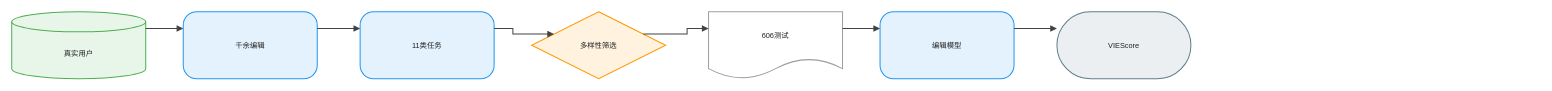
This is client/public/drawio/GEdit-Bench/GEdit-Bench.zh.drawio from joe1chief/benchmark-hub, a draw.io file, before an edit. Source tidied: cells renumbered, new cells numbered last; positions are measured from the earlier drawing's top-left corner, leaving out a move shared by most shapes. Both pictures are drawn from the tidied source at 67%, with x=0, y=0 at pixel (11, 11).
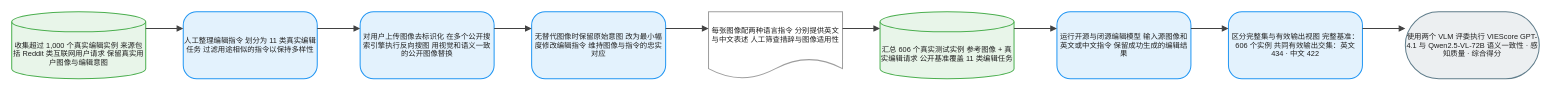
The same diagram, later.

Diff of the diagram source:
```diff
@@
 <mxGraphModel background="#FFFFFF">
   <root>
     <mxCell id="0" />
     <mxCell id="1" parent="0" />
-    <mxCell id="2" value="真实用户" style="shape=cylinder3;boundedLbl=1;backgroundOutline=1;size=15;html=1;whiteSpace=wrap;fillColor=#E8F5E9;strokeColor=#4CAF50;strokeWidth=1.5;fontColor=#212121;fontSize=11;fontFamily=Arial, Helvetica, sans-serif;verticalAlign=middle;align=center;" parent="1" vertex="1">
+    <mxCell id="2" value="收集超过 1,000 个真实编辑实例 来源包括 Reddit 类互联网用户请求 保留真实用户图像与编辑意图" style="shape=cylinder3;boundedLbl=1;backgroundOutline=1;size=15;html=1;whiteSpace=wrap;fillColor=#E8F5E9;strokeColor=#4CAF50;strokeWidth=1.5;fontColor=#212121;fontSize=11;fontFamily=Arial, Helvetica, sans-serif;verticalAlign=middle;align=center;" parent="1" vertex="1">
       <mxGeometry width="200" height="100" as="geometry" />
     </mxCell>
-    <mxCell id="3" value="千余编辑" style="rounded=1;arcSize=20;html=1;whiteSpace=wrap;fillColor=#E3F2FD;strokeColor=#2196F3;strokeWidth=1.5;fontColor=#212121;fontSize=11;fontFamily=Arial, Helvetica, sans-serif;verticalAlign=middle;align=center;" parent="1" vertex="1">
+    <mxCell id="3" value="人工整理编辑指令 划分为 11 类真实编辑任务 过滤用途相似的指令以保持多样性" style="rounded=1;arcSize=20;html=1;whiteSpace=wrap;fillColor=#E3F2FD;strokeColor=#2196F3;strokeWidth=1.5;fontColor=#212121;fontSize=11;fontFamily=Arial, Helvetica, sans-serif;verticalAlign=middle;align=center;" parent="1" vertex="1">
       <mxGeometry x="256" width="200" height="100" as="geometry" />
     </mxCell>
-    <mxCell id="4" value="11类任务" style="rounded=1;arcSize=20;html=1;whiteSpace=wrap;fillColor=#E3F2FD;strokeColor=#2196F3;strokeWidth=1.5;fontColor=#212121;fontSize=11;fontFamily=Arial, Helvetica, sans-serif;verticalAlign=middle;align=center;" parent="1" vertex="1">
+    <mxCell id="4" value="对用户上传图像去标识化 在多个公开搜索引擎执行反向搜图 用视觉和语义一致的公开图像替换" style="rounded=1;arcSize=20;html=1;whiteSpace=wrap;fillColor=#E3F2FD;strokeColor=#2196F3;strokeWidth=1.5;fontColor=#212121;fontSize=11;fontFamily=Arial, Helvetica, sans-serif;verticalAlign=middle;align=center;" parent="1" vertex="1">
       <mxGeometry x="520" width="200" height="100" as="geometry" />
     </mxCell>
-    <mxCell id="5" value="多样性筛选" style="rhombus;html=1;whiteSpace=wrap;fillColor=#FFF3E0;strokeColor=#FF9800;strokeWidth=1.5;fontColor=#212121;fontSize=11;fontFamily=Arial, Helvetica, sans-serif;verticalAlign=middle;align=center;" parent="1" vertex="1">
+    <mxCell id="5" value="无替代图像时保留原始意图 改为最小幅度修改编辑指令 维持图像与指令的忠实对应" style="rounded=1;arcSize=20;html=1;whiteSpace=wrap;fillColor=#E3F2FD;strokeColor=#2196F3;strokeWidth=1.5;fontColor=#212121;fontSize=11;fontFamily=Arial, Helvetica, sans-serif;verticalAlign=middle;align=center;" parent="1" vertex="1">
       <mxGeometry x="776" width="200" height="100" as="geometry" />
     </mxCell>
-    <mxCell id="6" value="606测试" style="shape=document;boundedLbl=1;html=1;whiteSpace=wrap;fillColor=#FFFFFF;strokeColor=#9E9E9E;strokeWidth=1.5;fontColor=#212121;fontSize=11;fontFamily=Arial, Helvetica, sans-serif;verticalAlign=middle;align=center;" parent="1" vertex="1">
+    <mxCell id="6" value="每张图像配两种语言指令 分别提供英文与中文表述 人工筛查措辞与图像适用性" style="shape=document;boundedLbl=1;html=1;whiteSpace=wrap;fillColor=#FFFFFF;strokeColor=#9E9E9E;strokeWidth=1.5;fontColor=#212121;fontSize=11;fontFamily=Arial, Helvetica, sans-serif;verticalAlign=middle;align=center;" parent="1" vertex="1">
       <mxGeometry x="1040" width="200" height="100" as="geometry" />
     </mxCell>
-    <mxCell id="7" value="编辑模型" style="rounded=1;arcSize=20;html=1;whiteSpace=wrap;fillColor=#E3F2FD;strokeColor=#2196F3;strokeWidth=1.5;fontColor=#212121;fontSize=11;fontFamily=Arial, Helvetica, sans-serif;verticalAlign=middle;align=center;" parent="1" vertex="1">
+    <mxCell id="7" value="汇总 606 个真实测试实例 参考图像 + 真实编辑请求 公开基准覆盖 11 类编辑任务" style="shape=cylinder3;boundedLbl=1;backgroundOutline=1;size=15;html=1;whiteSpace=wrap;fillColor=#E8F5E9;strokeColor=#4CAF50;strokeWidth=1.5;fontColor=#212121;fontSize=11;fontFamily=Arial, Helvetica, sans-serif;verticalAlign=middle;align=center;" parent="1" vertex="1">
       <mxGeometry x="1296" width="200" height="100" as="geometry" />
     </mxCell>
-    <mxCell id="8" value="VIEScore" style="rounded=1;arcSize=50;html=1;whiteSpace=wrap;fillColor=#ECEFF1;strokeColor=#607D8B;strokeWidth=1.5;fontColor=#212121;fontSize=11;fontFamily=Arial, Helvetica, sans-serif;verticalAlign=middle;align=center;" parent="1" vertex="1">
+    <mxCell id="8" value="运行开源与闭源编辑模型 输入源图像和英文或中文指令 保留成功生成的编辑结果" style="rounded=1;arcSize=20;html=1;whiteSpace=wrap;fillColor=#E3F2FD;strokeColor=#2196F3;strokeWidth=1.5;fontColor=#212121;fontSize=11;fontFamily=Arial, Helvetica, sans-serif;verticalAlign=middle;align=center;" parent="1" vertex="1">
       <mxGeometry x="1560" width="200" height="100" as="geometry" />
     </mxCell>
-    <mxCell id="9" style="edgeStyle=orthogonalEdgeStyle;rounded=0;jettySize=auto;html=1;strokeColor=#424242;strokeWidth=1.5;endArrow=block;endFill=1;exitX=1;exitY=0.25;exitDx=0;exitDy=0;entryX=0;entryY=0.25;entryDx=0;entryDy=0;jumpStyle=arc;jumpSize=8;" parent="1" edge="1" source="2" target="3">
-      <mxGeometry relative="1" as="geometry" />
+    <mxCell id="9" value="区分完整集与有效输出视图 完整基准：606 个实例 共同有效输出交集：英文 434 · 中文 422" style="rounded=1;arcSize=20;html=1;whiteSpace=wrap;fillColor=#E3F2FD;strokeColor=#2196F3;strokeWidth=1.5;fontColor=#212121;fontSize=11;fontFamily=Arial, Helvetica, sans-serif;verticalAlign=middle;align=center;" parent="1" vertex="1">
+      <mxGeometry x="1816" width="200" height="100" as="geometry" />
     </mxCell>
-    <mxCell id="10" style="edgeStyle=orthogonalEdgeStyle;rounded=0;jettySize=auto;html=1;strokeColor=#424242;strokeWidth=1.5;endArrow=block;endFill=1;exitX=1;exitY=0.25;exitDx=0;exitDy=0;entryX=0;entryY=0.25;entryDx=0;entryDy=0;jumpStyle=arc;jumpSize=8;" parent="1" edge="1" source="3" target="4">
-      <mxGeometry relative="1" as="geometry" />
+    <mxCell id="10" value="使用两个 VLM 评委执行 VIEScore GPT-4.1 与 Qwen2.5-VL-72B 语义一致性 · 感知质量 · 综合得分" style="rounded=1;arcSize=50;html=1;whiteSpace=wrap;fillColor=#ECEFF1;strokeColor=#607D8B;strokeWidth=1.5;fontColor=#212121;fontSize=11;fontFamily=Arial, Helvetica, sans-serif;verticalAlign=middle;align=center;" parent="1" vertex="1">
+      <mxGeometry x="2080" width="200" height="100" as="geometry" />
     </mxCell>
-    <mxCell id="11" style="edgeStyle=orthogonalEdgeStyle;rounded=0;jettySize=auto;html=1;strokeColor=#424242;strokeWidth=1.5;endArrow=block;endFill=1;exitX=1;exitY=0.25;exitDx=0;exitDy=0;entryX=0;entryY=0.25;entryDx=0;entryDy=0;jumpStyle=arc;jumpSize=8;" parent="1" edge="1" source="4" target="5">
+    <mxCell id="11" style="edgeStyle=orthogonalEdgeStyle;rounded=0;jettySize=auto;html=1;strokeColor=#424242;strokeWidth=1.5;endArrow=block;endFill=1;exitX=1;exitY=0.25;exitDx=0;exitDy=0;entryX=0;entryY=0.25;entryDx=0;entryDy=0;jumpStyle=arc;jumpSize=8;" parent="1" edge="1" source="2" target="3">
       <mxGeometry relative="1" as="geometry" />
     </mxCell>
-    <mxCell id="12" style="edgeStyle=orthogonalEdgeStyle;rounded=0;jettySize=auto;html=1;strokeColor=#424242;strokeWidth=1.5;endArrow=block;endFill=1;exitX=1;exitY=0.25;exitDx=0;exitDy=0;entryX=0;entryY=0.25;entryDx=0;entryDy=0;jumpStyle=arc;jumpSize=8;" parent="1" edge="1" source="5" target="6">
+    <mxCell id="12" style="edgeStyle=orthogonalEdgeStyle;rounded=0;jettySize=auto;html=1;strokeColor=#424242;strokeWidth=1.5;endArrow=block;endFill=1;exitX=1;exitY=0.25;exitDx=0;exitDy=0;entryX=0;entryY=0.25;entryDx=0;entryDy=0;jumpStyle=arc;jumpSize=8;" parent="1" edge="1" source="3" target="4">
       <mxGeometry relative="1" as="geometry" />
     </mxCell>
-    <mxCell id="13" style="edgeStyle=orthogonalEdgeStyle;rounded=0;jettySize=auto;html=1;strokeColor=#424242;strokeWidth=1.5;endArrow=block;endFill=1;exitX=1;exitY=0.25;exitDx=0;exitDy=0;entryX=0;entryY=0.25;entryDx=0;entryDy=0;jumpStyle=arc;jumpSize=8;" parent="1" edge="1" source="6" target="7">
+    <mxCell id="13" style="edgeStyle=orthogonalEdgeStyle;rounded=0;jettySize=auto;html=1;strokeColor=#424242;strokeWidth=1.5;endArrow=block;endFill=1;exitX=1;exitY=0.25;exitDx=0;exitDy=0;entryX=0;entryY=0.25;entryDx=0;entryDy=0;jumpStyle=arc;jumpSize=8;" parent="1" edge="1" source="4" target="5">
       <mxGeometry relative="1" as="geometry" />
     </mxCell>
-    <mxCell id="14" style="edgeStyle=orthogonalEdgeStyle;rounded=0;jettySize=auto;html=1;strokeColor=#424242;strokeWidth=1.5;endArrow=block;endFill=1;exitX=1;exitY=0.25;exitDx=0;exitDy=0;entryX=0;entryY=0.25;entryDx=0;entryDy=0;jumpStyle=arc;jumpSize=8;" parent="1" edge="1" source="7" target="8">
+    <mxCell id="14" style="edgeStyle=orthogonalEdgeStyle;rounded=0;jettySize=auto;html=1;strokeColor=#424242;strokeWidth=1.5;endArrow=block;endFill=1;exitX=1;exitY=0.25;exitDx=0;exitDy=0;entryX=0;entryY=0.25;entryDx=0;entryDy=0;jumpStyle=arc;jumpSize=8;" parent="1" edge="1" source="5" target="6">
       <mxGeometry relative="1" as="geometry" />
     </mxCell>
+    <mxCell id="15" style="edgeStyle=orthogonalEdgeStyle;rounded=0;jettySize=auto;html=1;strokeColor=#424242;strokeWidth=1.5;endArrow=block;endFill=1;exitX=1;exitY=0.25;exitDx=0;exitDy=0;entryX=0;entryY=0.25;entryDx=0;entryDy=0;jumpStyle=arc;jumpSize=8;" parent="1" edge="1" source="6" target="7">
+      <mxGeometry relative="1" as="geometry" />
+    </mxCell>
+    <mxCell id="16" style="edgeStyle=orthogonalEdgeStyle;rounded=0;jettySize=auto;html=1;strokeColor=#424242;strokeWidth=1.5;endArrow=block;endFill=1;exitX=1;exitY=0.25;exitDx=0;exitDy=0;entryX=0;entryY=0.25;entryDx=0;entryDy=0;jumpStyle=arc;jumpSize=8;" parent="1" edge="1" source="7" target="8">
+      <mxGeometry relative="1" as="geometry" />
+    </mxCell>
+    <mxCell id="17" style="edgeStyle=orthogonalEdgeStyle;rounded=0;jettySize=auto;html=1;strokeColor=#424242;strokeWidth=1.5;endArrow=block;endFill=1;exitX=1;exitY=0.25;exitDx=0;exitDy=0;entryX=0;entryY=0.25;entryDx=0;entryDy=0;jumpStyle=arc;jumpSize=8;" parent="1" edge="1" source="8" target="9">
+      <mxGeometry relative="1" as="geometry" />
+    </mxCell>
+    <mxCell id="18" style="edgeStyle=orthogonalEdgeStyle;rounded=0;jettySize=auto;html=1;strokeColor=#424242;strokeWidth=1.5;endArrow=block;endFill=1;exitX=1;exitY=0.25;exitDx=0;exitDy=0;entryX=0;entryY=0.25;entryDx=0;entryDy=0;jumpStyle=arc;jumpSize=8;" parent="1" edge="1" source="9" target="10">
+      <mxGeometry relative="1" as="geometry" />
+    </mxCell>
   </root>
 </mxGraphModel>
```
